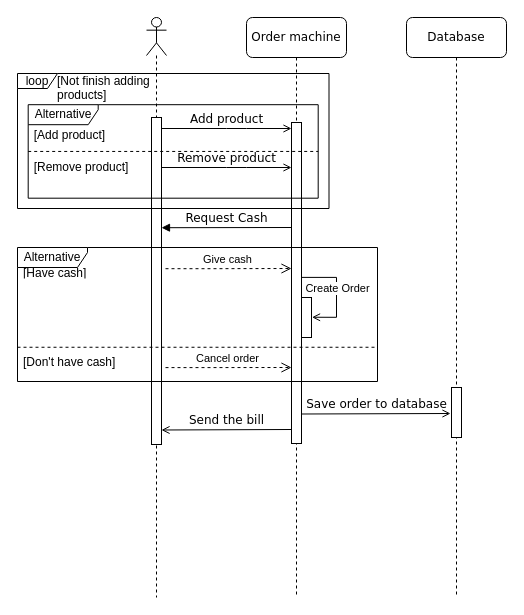
This is page "ReceiveOrder" (2 of 5) of Diagrams/Sequence Diagram.drawio from Abcdavid00/Cafe-Management-Application, a draw.io file, before an edit. Source tidied: cells renumbered, new cells numbered last; positions are measured from the earlier drawing's top-left corner, leaving out a move shared by most shapes. Both pictures are drawn from the tidied source at 100%, with x=0, y=0 at pixel (17, 17).
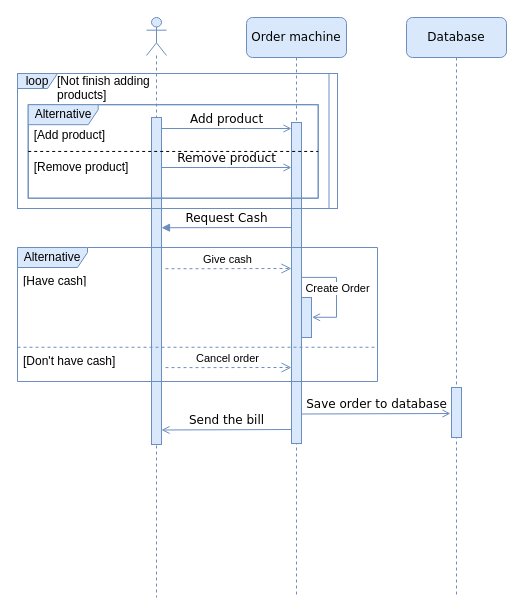
The same page after the edit.

What changed in the source:
```diff
@@
-    <mxCell id="2" style="shape=umlLifeline;participant=umlActor;perimeter=lifelinePerimeter;whiteSpace=wrap;html=1;verticalAlign=top;spacingTop=36;size=38;" parent="1" vertex="1">
-      <mxGeometry x="129" width="20" height="580" as="geometry" />
-    </mxCell>
-    <mxCell id="3" style="html=1;perimeter=orthogonalPerimeter;rounded=0;shadow=0;comic=0;labelBackgroundColor=none;strokeWidth=1;fontFamily=Verdana;fontSize=12;align=center;" parent="1" vertex="1">
-      <mxGeometry x="134" y="100" width="10" height="327" as="geometry" />
-    </mxCell>
+    <mxCell id="31" style="shape=umlLifeline;participant=umlActor;perimeter=lifelinePerimeter;whiteSpace=wrap;html=1;verticalAlign=top;spacingTop=36;size=38;fillColor=#dae8fc;strokeColor=#6c8ebf;" parent="1" vertex="1">
+      <mxGeometry x="129" width="20" height="580" as="geometry" />
+    </mxCell>
+    <mxCell id="32" style="html=1;perimeter=orthogonalPerimeter;rounded=0;shadow=0;comic=0;labelBackgroundColor=none;strokeWidth=1;fontFamily=Verdana;fontSize=12;align=center;fillColor=#dae8fc;strokeColor=#6c8ebf;" parent="1" vertex="1">
+      <mxGeometry x="134" y="100" width="10" height="327" as="geometry" />
+    </mxCell>
-    <mxCell id="4" value="Order machine" style="shape=umlLifeline;perimeter=lifelinePerimeter;whiteSpace=wrap;html=1;rounded=1;shadow=0;comic=0;labelBackgroundColor=none;strokeWidth=1;fontFamily=Verdana;fontSize=12;align=center;" parent="1" vertex="1">
+    <mxCell id="4" value="Order machine" style="shape=umlLifeline;perimeter=lifelinePerimeter;whiteSpace=wrap;html=1;rounded=1;shadow=0;comic=0;labelBackgroundColor=none;strokeWidth=1;fontFamily=Verdana;fontSize=12;align=center;fillColor=#dae8fc;strokeColor=#6c8ebf;" parent="1" vertex="1">
       <mxGeometry x="229" width="100" height="580" as="geometry" />
     </mxCell>
-    <mxCell id="5" value="Database" style="shape=umlLifeline;perimeter=lifelinePerimeter;whiteSpace=wrap;html=1;rounded=1;shadow=0;comic=0;labelBackgroundColor=none;strokeWidth=1;fontFamily=Verdana;fontSize=12;align=center;" parent="1" vertex="1">
+    <mxCell id="5" value="Database" style="shape=umlLifeline;perimeter=lifelinePerimeter;whiteSpace=wrap;html=1;rounded=1;shadow=0;comic=0;labelBackgroundColor=none;strokeWidth=1;fontFamily=Verdana;fontSize=12;align=center;fillColor=#dae8fc;strokeColor=#6c8ebf;" parent="1" vertex="1">
       <mxGeometry x="389" width="100" height="580" as="geometry" />
     </mxCell>
-    <mxCell id="6" style="html=1;perimeter=orthogonalPerimeter;rounded=0;shadow=0;comic=0;labelBackgroundColor=none;strokeWidth=1;fontFamily=Verdana;fontSize=12;align=center;" parent="5" vertex="1">
-      <mxGeometry x="45" y="370" width="10" height="50" as="geometry" />
-    </mxCell>
+    <mxCell id="33" style="html=1;perimeter=orthogonalPerimeter;rounded=0;shadow=0;comic=0;labelBackgroundColor=none;strokeWidth=1;fontFamily=Verdana;fontSize=12;align=center;fillColor=#dae8fc;strokeColor=#6c8ebf;" parent="5" vertex="1">
+      <mxGeometry x="45" y="370" width="10" height="50" as="geometry" />
+    </mxCell>
-    <mxCell id="7" value="Add product" style="html=1;verticalAlign=bottom;endArrow=open;entryX=0;entryY=0;labelBackgroundColor=none;fontFamily=Verdana;fontSize=12;edgeStyle=elbowEdgeStyle;elbow=vertical;endFill=0;" parent="1" edge="1">
+    <mxCell id="7" value="Add product" style="html=1;verticalAlign=bottom;endArrow=open;entryX=0;entryY=0;labelBackgroundColor=none;fontFamily=Verdana;fontSize=12;edgeStyle=elbowEdgeStyle;elbow=vertical;endFill=0;fillColor=#dae8fc;strokeColor=#6c8ebf;" parent="1" edge="1">
       <mxGeometry relative="1" as="geometry">
         <mxPoint x="144" y="111" as="sourcePoint" />
         <mxPoint x="274" y="111" as="targetPoint" />
         <Array as="points">
           <mxPoint x="219" y="111" />
         </Array>
       </mxGeometry>
     </mxCell>
-    <mxCell id="8" style="html=1;perimeter=orthogonalPerimeter;rounded=0;shadow=0;comic=0;labelBackgroundColor=none;strokeWidth=1;fontFamily=Verdana;fontSize=12;align=center;" parent="1" vertex="1">
-      <mxGeometry x="274" y="105" width="10" height="321" as="geometry" />
-    </mxCell>
+    <mxCell id="34" style="html=1;perimeter=orthogonalPerimeter;rounded=0;shadow=0;comic=0;labelBackgroundColor=none;strokeWidth=1;fontFamily=Verdana;fontSize=12;align=center;fillColor=#dae8fc;strokeColor=#6c8ebf;" parent="1" vertex="1">
+      <mxGeometry x="274" y="105" width="10" height="321" as="geometry" />
+    </mxCell>
-    <mxCell id="9" value="Request Cash" style="html=1;verticalAlign=bottom;endArrow=none;entryX=0;entryY=0;labelBackgroundColor=none;fontFamily=Verdana;fontSize=12;edgeStyle=elbowEdgeStyle;elbow=vertical;endFill=0;startArrow=block;startFill=1;" parent="1" edge="1">
+    <mxCell id="9" value="Request Cash" style="html=1;verticalAlign=bottom;endArrow=none;entryX=0;entryY=0;labelBackgroundColor=none;fontFamily=Verdana;fontSize=12;edgeStyle=elbowEdgeStyle;elbow=vertical;endFill=0;startArrow=block;startFill=1;fillColor=#dae8fc;strokeColor=#6c8ebf;" parent="1" edge="1">
       <mxGeometry relative="1" as="geometry">
         <mxPoint x="144" y="210.2" as="sourcePoint" />
         <mxPoint x="274" y="210.2" as="targetPoint" />
       </mxGeometry>
     </mxCell>
-    <mxCell id="10" style="edgeStyle=orthogonalEdgeStyle;rounded=0;jettySize=auto;html=1;exitX=1.055;exitY=0.494;exitDx=0;exitDy=0;exitPerimeter=0;entryX=1.054;entryY=0.593;entryDx=0;entryDy=0;entryPerimeter=0;endArrow=none;endFill=0;startArrow=open;startFill=0;" parent="1" edge="1" source="12">
-      <mxGeometry relative="1" as="geometry">
-        <mxPoint x="284.5" y="259.9" as="targetPoint" />
-        <Array as="points">
-          <mxPoint x="319" y="300" />
-          <mxPoint x="319" y="260" />
-        </Array>
-      </mxGeometry>
-    </mxCell>
+    <mxCell id="35" style="edgeStyle=orthogonalEdgeStyle;rounded=0;jettySize=auto;html=1;exitX=1.055;exitY=0.494;exitDx=0;exitDy=0;exitPerimeter=0;entryX=1.054;entryY=0.593;entryDx=0;entryDy=0;entryPerimeter=0;endArrow=none;endFill=0;startArrow=open;startFill=0;fillColor=#dae8fc;strokeColor=#6c8ebf;" parent="1" edge="1" source="36">
+      <mxGeometry relative="1" as="geometry">
+        <mxPoint x="284.5" y="259.9" as="targetPoint" />
+        <Array as="points">
+          <mxPoint x="319" y="300" />
+          <mxPoint x="319" y="260" />
+        </Array>
+      </mxGeometry>
+    </mxCell>
-    <mxCell id="11" value="Create Order" style="edgeLabel;html=1;align=center;verticalAlign=middle;" parent="10" vertex="1">
+    <mxCell id="11" value="Create Order" style="edgeLabel;html=1;align=center;verticalAlign=middle;" parent="35" vertex="1">
       <mxGeometry x="0.07" y="-1" relative="1" as="geometry">
         <mxPoint x="-1" y="-1" as="offset" />
       </mxGeometry>
     </mxCell>
-    <mxCell id="12" style="html=1;points=[];perimeter=orthogonalPerimeter;rounded=0;shadow=0;comic=0;labelBackgroundColor=none;strokeWidth=1;fontFamily=Verdana;fontSize=12;align=center;" parent="1" vertex="1">
-      <mxGeometry x="284" y="280" width="10" height="40" as="geometry" />
-    </mxCell>
+    <mxCell id="36" style="html=1;points=[];perimeter=orthogonalPerimeter;rounded=0;shadow=0;comic=0;labelBackgroundColor=none;strokeWidth=1;fontFamily=Verdana;fontSize=12;align=center;fillColor=#dae8fc;strokeColor=#6c8ebf;" parent="1" vertex="1">
+      <mxGeometry x="284" y="280" width="10" height="40" as="geometry" />
+    </mxCell>
-    <mxCell id="13" value="Remove product" style="html=1;verticalAlign=bottom;endArrow=open;entryX=0;entryY=0;labelBackgroundColor=none;fontFamily=Verdana;fontSize=12;edgeStyle=elbowEdgeStyle;elbow=vertical;endFill=0;" parent="1" edge="1">
+    <mxCell id="13" value="Remove product" style="html=1;verticalAlign=bottom;endArrow=open;entryX=0;entryY=0;labelBackgroundColor=none;fontFamily=Verdana;fontSize=12;edgeStyle=elbowEdgeStyle;elbow=vertical;endFill=0;fillColor=#dae8fc;strokeColor=#6c8ebf;" parent="1" edge="1">
       <mxGeometry relative="1" as="geometry">
         <mxPoint x="144" y="150" as="sourcePoint" />
         <mxPoint x="274" y="150" as="targetPoint" />
         <Array as="points">
           <mxPoint x="219" y="150" />
         </Array>
       </mxGeometry>
     </mxCell>
-    <mxCell id="14" style="group;" parent="1" vertex="1">
-      <mxGeometry y="56" width="320" height="135" as="geometry" />
-    </mxCell>
+    <mxCell id="37" style="group;fillColor=none;strokeColor=#6c8ebf;" parent="1" vertex="1">
+      <mxGeometry y="56" width="320" height="135" as="geometry" />
+    </mxCell>
-    <mxCell id="15" value="loop" style="shape=umlFrame;whiteSpace=wrap;html=1;width=40;height=15;" parent="14" vertex="1">
+    <mxCell id="15" value="loop" style="shape=umlFrame;whiteSpace=wrap;html=1;width=40;height=15;fillColor=#dae8fc;strokeColor=#6c8ebf;" parent="37" vertex="1">
       <mxGeometry width="311.5" height="135" as="geometry" />
     </mxCell>
-    <mxCell id="16" value="[Not finish adding &#10;products]" style="text;strokeColor=none;fillColor=none;align=left;verticalAlign=top;spacingLeft=4;spacingRight=4;overflow=hidden;" parent="14" vertex="1">
+    <mxCell id="16" value="[Not finish adding &#10;products]" style="text;strokeColor=none;fillColor=none;align=left;verticalAlign=top;spacingLeft=4;spacingRight=4;overflow=hidden;" parent="37" vertex="1">
       <mxGeometry x="34" y="-6.2" width="280" height="31.2" as="geometry" />
     </mxCell>
-    <mxCell id="17" style="group;" parent="14" vertex="1">
-      <mxGeometry x="10.7" y="31.2" width="290" height="93.5" as="geometry" />
-    </mxCell>
-    <mxCell id="18" value="Alternative" style="shape=umlFrame;whiteSpace=wrap;html=1;width=70;height=20;" parent="17" vertex="1">
-      <mxGeometry width="290" height="93.5" as="geometry" />
-    </mxCell>
+    <mxCell id="38" style="group;fillColor=none;strokeColor=#6c8ebf;" parent="37" vertex="1">
+      <mxGeometry x="10.7" y="31.2" width="290" height="93.5" as="geometry" />
+    </mxCell>
+    <mxCell id="39" value="Alternative" style="shape=umlFrame;whiteSpace=wrap;html=1;width=70;height=20;fillColor=#dae8fc;strokeColor=#6c8ebf;" parent="38" vertex="1">
+      <mxGeometry width="290" height="93.5" as="geometry" />
+    </mxCell>
-    <mxCell id="19" style="line;strokeWidth=1;fillColor=none;align=left;verticalAlign=middle;spacingTop=-1;spacingLeft=3;spacingRight=3;labelPosition=right;dashed=1;" parent="17" vertex="1">
+    <mxCell id="19" style="line;strokeWidth=1;fillColor=none;align=left;verticalAlign=middle;spacingTop=-1;spacingLeft=3;spacingRight=3;labelPosition=right;dashed=1;" parent="38" vertex="1">
       <mxGeometry y="44.9" width="290" height="3.7" as="geometry" />
     </mxCell>
-    <mxCell id="20" value="[Remove product]" style="text;strokeColor=none;fillColor=none;align=left;verticalAlign=top;spacingLeft=4;spacingRight=4;overflow=hidden;dashed=1;" parent="17" vertex="1">
+    <mxCell id="20" value="[Remove product]" style="text;strokeColor=none;fillColor=none;align=left;verticalAlign=top;spacingLeft=4;spacingRight=4;overflow=hidden;dashed=1;" parent="38" vertex="1">
       <mxGeometry y="48.6" width="290" height="16.8" as="geometry" />
     </mxCell>
-    <mxCell id="21" value="[Add product]" style="text;strokeColor=none;fillColor=none;align=left;verticalAlign=top;spacingLeft=4;spacingRight=4;overflow=hidden;dashed=1;" parent="17" vertex="1">
+    <mxCell id="21" value="[Add product]" style="text;strokeColor=none;fillColor=none;align=left;verticalAlign=top;spacingLeft=4;spacingRight=4;overflow=hidden;dashed=1;" parent="38" vertex="1">
       <mxGeometry y="16.4" width="290" height="28.5" as="geometry" />
     </mxCell>
-    <mxCell id="22" style="group;" parent="1" vertex="1">
-      <mxGeometry y="230" width="360" height="148" as="geometry" />
-    </mxCell>
-    <mxCell id="23" value="Alternative" style="shape=umlFrame;whiteSpace=wrap;html=1;width=70;height=20;" parent="22" vertex="1">
-      <mxGeometry width="360" height="134" as="geometry" />
-    </mxCell>
-    <mxCell id="24" style="line;strokeWidth=1;fillColor=none;align=left;verticalAlign=middle;spacingTop=-1;spacingLeft=3;spacingRight=3;labelPosition=right;dashed=1;" parent="22" vertex="1">
-      <mxGeometry y="63.5" width="360" height="72.5" as="geometry" />
-    </mxCell>
+    <mxCell id="40" style="group;fillColor=none;strokeColor=none;" parent="1" vertex="1">
+      <mxGeometry y="230" width="360" height="148" as="geometry" />
+    </mxCell>
+    <mxCell id="41" value="Alternative" style="shape=umlFrame;whiteSpace=wrap;html=1;width=70;height=20;fillColor=#dae8fc;strokeColor=#6c8ebf;" parent="40" vertex="1">
+      <mxGeometry width="360" height="134" as="geometry" />
+    </mxCell>
+    <mxCell id="42" style="line;strokeWidth=1;fillColor=#dae8fc;align=left;verticalAlign=middle;spacingTop=-1;spacingLeft=3;spacingRight=3;labelPosition=right;dashed=1;strokeColor=#6c8ebf;" parent="40" vertex="1">
+      <mxGeometry y="63.5" width="360" height="72.5" as="geometry" />
+    </mxCell>
-    <mxCell id="25" value="[Don't have cash]" style="text;strokeColor=none;fillColor=none;align=left;verticalAlign=top;spacingLeft=4;spacingRight=4;overflow=hidden;dashed=1;" parent="22" vertex="1">
-      <mxGeometry y="101" width="360" height="27.9" as="geometry" />
+    <mxCell id="25" value="[Don't have cash]" style="text;strokeColor=none;fillColor=none;align=left;verticalAlign=top;spacingLeft=4;spacingRight=4;overflow=hidden;dashed=1;" parent="40" vertex="1">
+      <mxGeometry y="100" width="360" height="27.9" as="geometry" />
     </mxCell>
-    <mxCell id="26" value="[Have cash]" style="text;strokeColor=none;fillColor=none;align=left;verticalAlign=top;spacingLeft=4;spacingRight=4;overflow=hidden;dashed=1;" parent="22" vertex="1">
-      <mxGeometry y="12.3" width="360" height="14.3" as="geometry" />
+    <mxCell id="26" value="[Have cash]" style="text;strokeColor=none;fillColor=none;align=left;verticalAlign=top;spacingLeft=4;spacingRight=4;overflow=hidden;dashed=1;" parent="40" vertex="1">
+      <mxGeometry y="20" width="360" height="14.3" as="geometry" />
     </mxCell>
-    <mxCell id="27" value="Cancel order" style="html=1;verticalAlign=bottom;endArrow=open;dashed=1;endSize=8;rounded=0;" parent="22" edge="1">
+    <mxCell id="27" value="Cancel order" style="html=1;verticalAlign=bottom;endArrow=open;dashed=1;endSize=8;rounded=0;fillColor=#dae8fc;strokeColor=#6c8ebf;" parent="40" edge="1">
       <mxGeometry x="-0.02" relative="1" as="geometry">
         <mxPoint x="148" y="120.1" as="sourcePoint" />
         <mxPoint x="274" y="120" as="targetPoint" />
         <Array as="points">
           <mxPoint x="190" y="120.1" />
         </Array>
       </mxGeometry>
     </mxCell>
-    <mxCell id="28" value="Save order to database" style="html=1;verticalAlign=bottom;endArrow=open;labelBackgroundColor=none;fontFamily=Verdana;fontSize=12;elbow=vertical;exitX=0.974;exitY=0.695;exitDx=0;exitDy=0;exitPerimeter=0;endFill=0;" parent="1" edge="1">
+    <mxCell id="28" value="Save order to database" style="html=1;verticalAlign=bottom;endArrow=open;labelBackgroundColor=none;fontFamily=Verdana;fontSize=12;elbow=vertical;exitX=0.974;exitY=0.695;exitDx=0;exitDy=0;exitPerimeter=0;endFill=0;fillColor=#dae8fc;strokeColor=#6c8ebf;" parent="1" edge="1">
       <mxGeometry relative="1" as="geometry">
         <mxPoint x="283.7" y="396.5" as="sourcePoint" />
         <mxPoint x="433" y="396" as="targetPoint" />
       </mxGeometry>
     </mxCell>
-    <mxCell id="29" value="Send the bill" style="html=1;verticalAlign=bottom;endArrow=none;labelBackgroundColor=none;fontFamily=Verdana;fontSize=12;elbow=vertical;exitX=0.974;exitY=0.695;exitDx=0;exitDy=0;exitPerimeter=0;startArrow=open;startFill=0;endFill=0;" parent="1" edge="1">
+    <mxCell id="29" value="Send the bill" style="html=1;verticalAlign=bottom;endArrow=none;labelBackgroundColor=none;fontFamily=Verdana;fontSize=12;elbow=vertical;exitX=0.974;exitY=0.695;exitDx=0;exitDy=0;exitPerimeter=0;startArrow=open;startFill=0;endFill=0;fillColor=#dae8fc;strokeColor=#6c8ebf;" parent="1" edge="1">
       <mxGeometry relative="1" as="geometry">
         <mxPoint x="144" y="412.5" as="sourcePoint" />
         <mxPoint x="274" y="412" as="targetPoint" />
       </mxGeometry>
     </mxCell>
-    <mxCell id="30" value="Give cash" style="html=1;verticalAlign=bottom;endArrow=open;dashed=1;endSize=8;rounded=0;" parent="1" edge="1">
+    <mxCell id="30" value="Give cash" style="html=1;verticalAlign=bottom;endArrow=open;dashed=1;endSize=8;rounded=0;fillColor=#dae8fc;strokeColor=#6c8ebf;" parent="1" edge="1">
       <mxGeometry x="-0.02" relative="1" as="geometry">
         <mxPoint x="148" y="251.2" as="sourcePoint" />
         <mxPoint x="274" y="251" as="targetPoint" />
         <Array as="points">
           <mxPoint x="190" y="251.2" />
         </Array>
       </mxGeometry>
     </mxCell>
```
